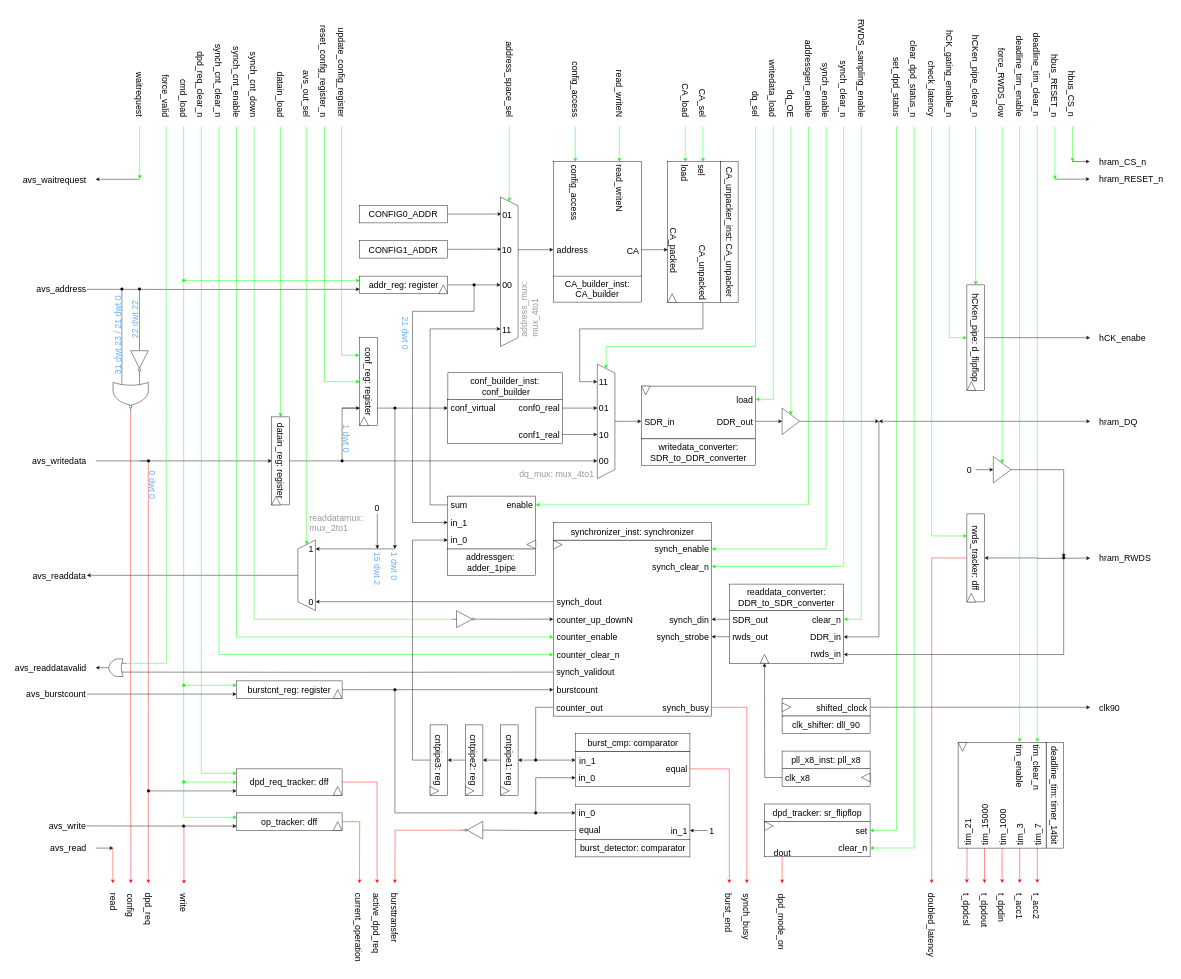
The draw.io diagram page "avs_hram_mainconv_EU" (3 of 14) of hyperram_system/ip/avs_hram_converter/schematics/avs_hram_converter.drawio in AndreaBononi/Intel_Cyclone10LP_systems, before the edit. Source tidied: cells renumbered, new cells numbered last; positions are measured from the earlier drawing's top-left corner, leaving out a move shared by most shapes. Both pictures are drawn from the tidied source at 44%, with x=0, y=0 at pixel (7, 54).
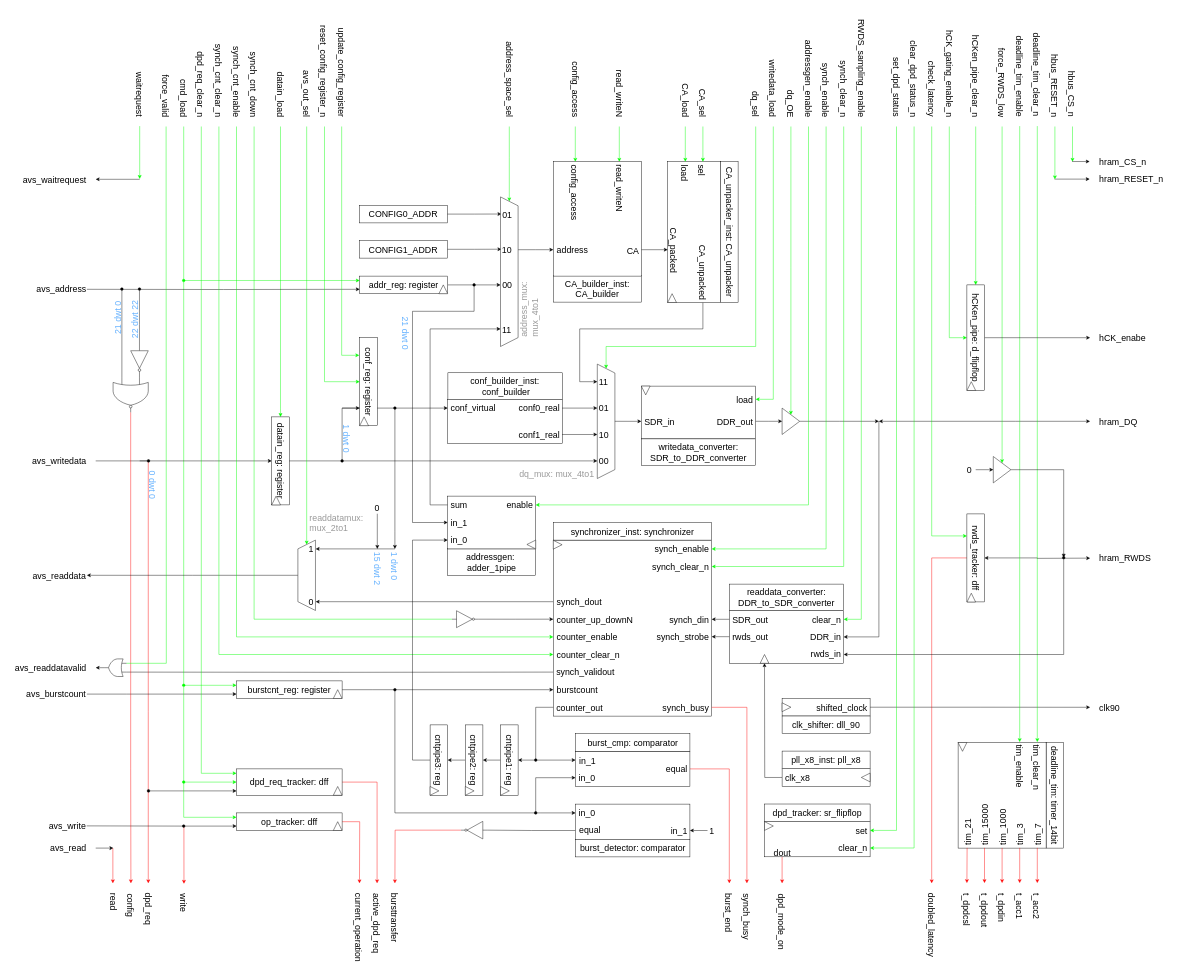
Above is the later version.

What changed in the source:
```diff
@@
-    <mxCell id="193" value="31 dwt 23 / &lt;font style=&quot;font-size: 20px;&quot;&gt;21&amp;nbsp;&lt;/font&gt;&lt;font style=&quot;font-size: 20px;&quot;&gt;dwt&lt;/font&gt;&lt;font style=&quot;font-size: 20px;&quot;&gt; 0&lt;/font&gt;" style="text;html=1;align=center;verticalAlign=middle;strokeColor=none;fillColor=none;fontSize=20;rotation=-90;fontColor=#66B2FF;" parent="1" vertex="1">
-      <mxGeometry x="149.5" y="620" width="200" height="40" as="geometry" />
+    <mxCell id="193" value="&lt;font style=&quot;font-size: 20px;&quot;&gt;21&amp;nbsp;&lt;/font&gt;&lt;font style=&quot;font-size: 20px;&quot;&gt;dwt&lt;/font&gt;&lt;font style=&quot;font-size: 20px;&quot;&gt; 0&lt;/font&gt;" style="text;html=1;align=center;verticalAlign=middle;strokeColor=none;fillColor=none;fontSize=20;rotation=-90;fontColor=#66B2FF;" parent="1" vertex="1">
+      <mxGeometry x="200" y="580" width="100" height="40" as="geometry" />
     </mxCell>
```
